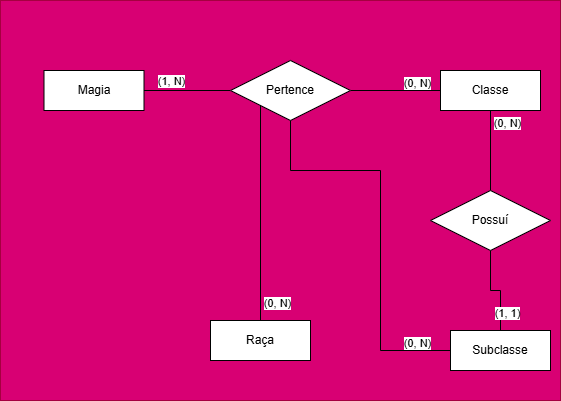
Above: DND.drawio.png in VitorFonseca123/DnD-RPG (draw.io), before the change. Source tidied: cells renumbered, new cells last; positions are measured from the earlier drawing's top-left corner, leaving out a move shared by most shapes.
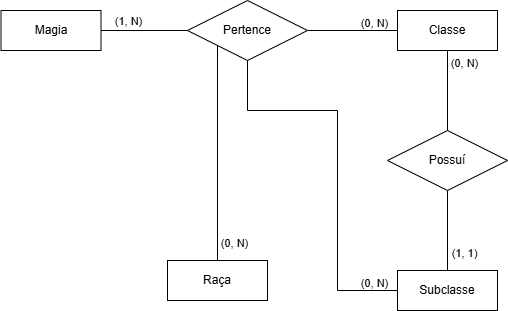
The same diagram one commit later.

What changed in the source:
```diff
@@ -2,9 +2,6 @@
   <root>
     <mxCell id="0" />
     <mxCell id="1" parent="0" />
-    <mxCell id="2" style="rounded=0;whiteSpace=wrap;html=1;fillColor=#d80073;strokeColor=#A50040;fontColor=#ffffff;" parent="1" vertex="1">
-      <mxGeometry width="560" height="400" as="geometry" />
-    </mxCell>
     <mxCell id="3" style="edgeStyle=orthogonalEdgeStyle;rounded=0;jettySize=auto;html=1;entryX=0;entryY=0.5;entryDx=0;entryDy=0;endArrow=none;startFill=0;exitX=1;exitY=0.5;exitDx=0;exitDy=0;" parent="1" edge="1" source="9" target="7">
       <mxGeometry relative="1" as="geometry" />
     </mxCell>
@@ -40,7 +37,7 @@
       </mxGeometry>
     </mxCell>
     <mxCell id="11" value="Subclasse" style="whiteSpace=wrap;html=1;align=center;" parent="1" vertex="1">
-      <mxGeometry x="450" y="330" width="100" height="40" as="geometry" />
+      <mxGeometry x="440" y="330" width="100" height="40" as="geometry" />
     </mxCell>
     <mxCell id="12" style="edgeStyle=orthogonalEdgeStyle;rounded=0;jettySize=auto;html=1;exitX=0.5;exitY=1;exitDx=0;exitDy=0;entryX=0.5;entryY=0;entryDx=0;entryDy=0;endArrow=none;startFill=0;" parent="1" edge="1" source="14" target="11">
       <mxGeometry relative="1" as="geometry" />
```
